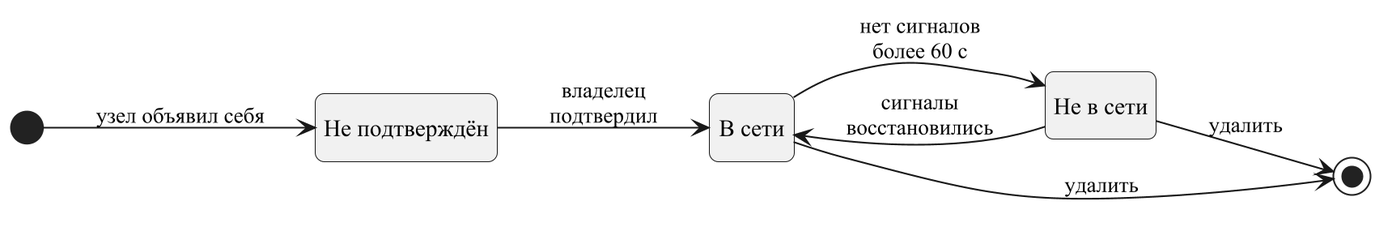
Before: docs/article/node_state.png, a diagram exported from PlantUML (Be4Die/game-developer-hub).
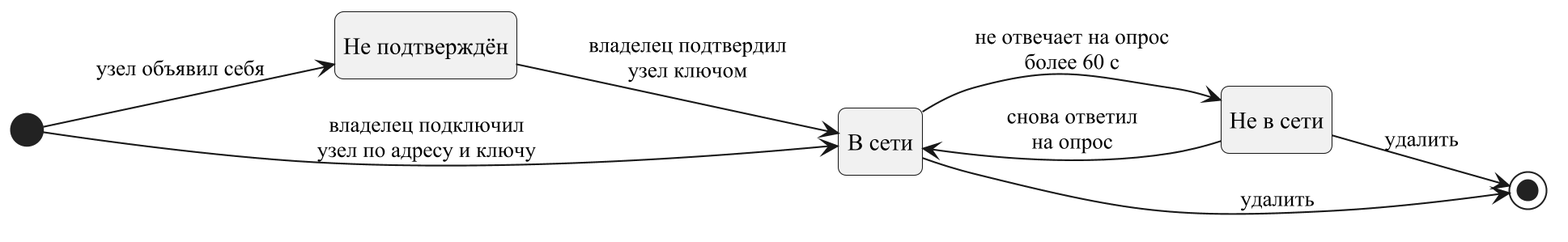
Above is the later version.

Change to the diagram source:
```diff
@@ -5,9 +5,10 @@
 state "Не подтверждён" as NotConfirmed
 state "В сети" as Online
 state "Не в сети" as Offline
-NotConfirmed --> Online : владелец\nподтвердил
-Online --> Offline : нет сигналов\nболее 60 с
-Offline --> Online : сигналы\nвосстановились
+NotConfirmed --> Online : владелец подтвердил\nузел ключом
+[*] --> Online : владелец подключил\nузел по адресу и ключу
+Online --> Offline : не отвечает на опрос\nболее 60 с
+Offline --> Online : снова ответил\nна опрос
 Online --> [*] : удалить
 Offline --> [*] : удалить
 @enduml
```
